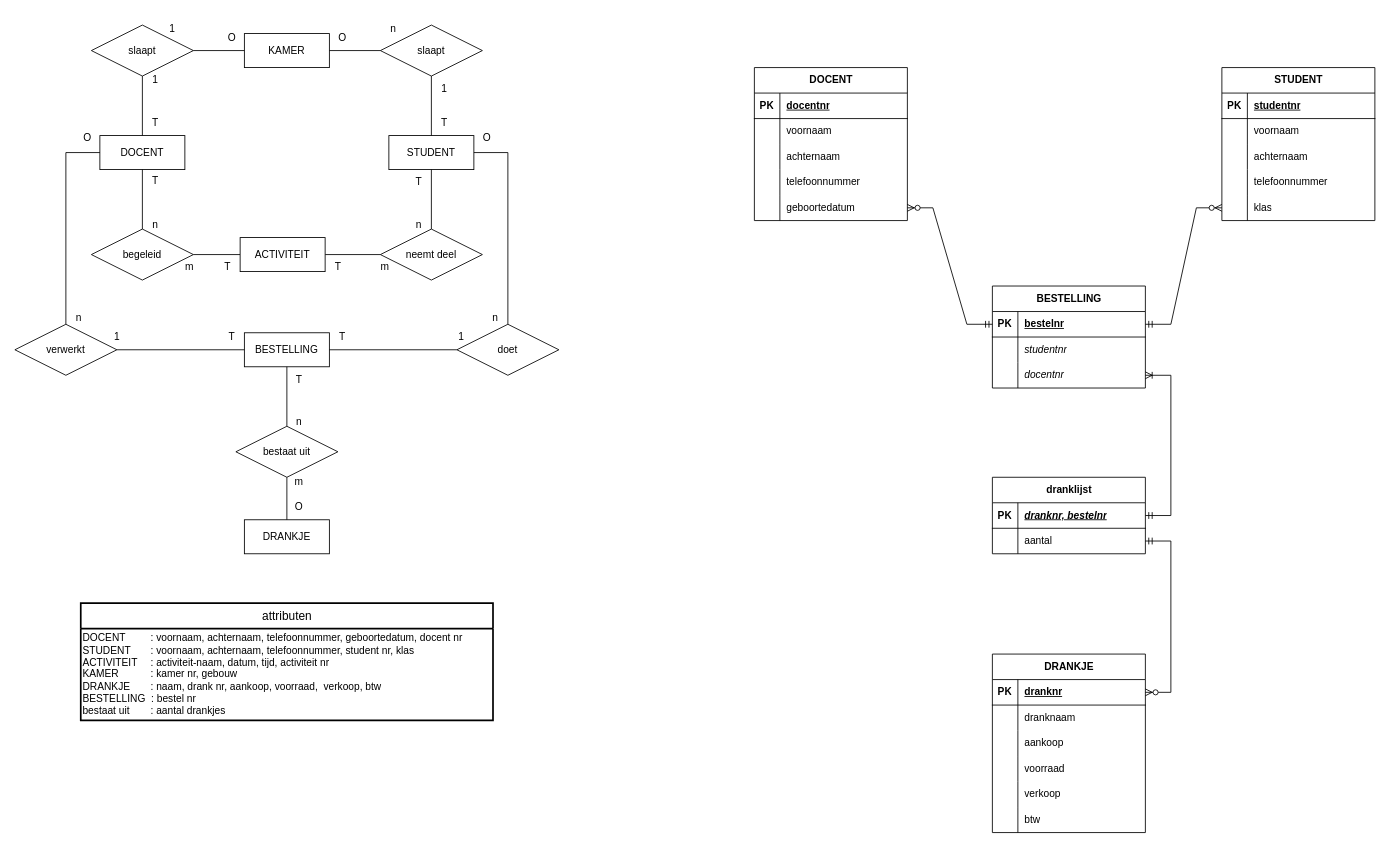
Above: ERD project.drawio in Thomas01v/ProjectDatabases (draw.io), before the change. Source tidied: cells renumbered, new cells numbered last; positions are measured from the earlier drawing's top-left corner, leaving out a move shared by most shapes. Both pictures are drawn from the tidied source at 85%, with x=0, y=0 at pixel (14, 16).
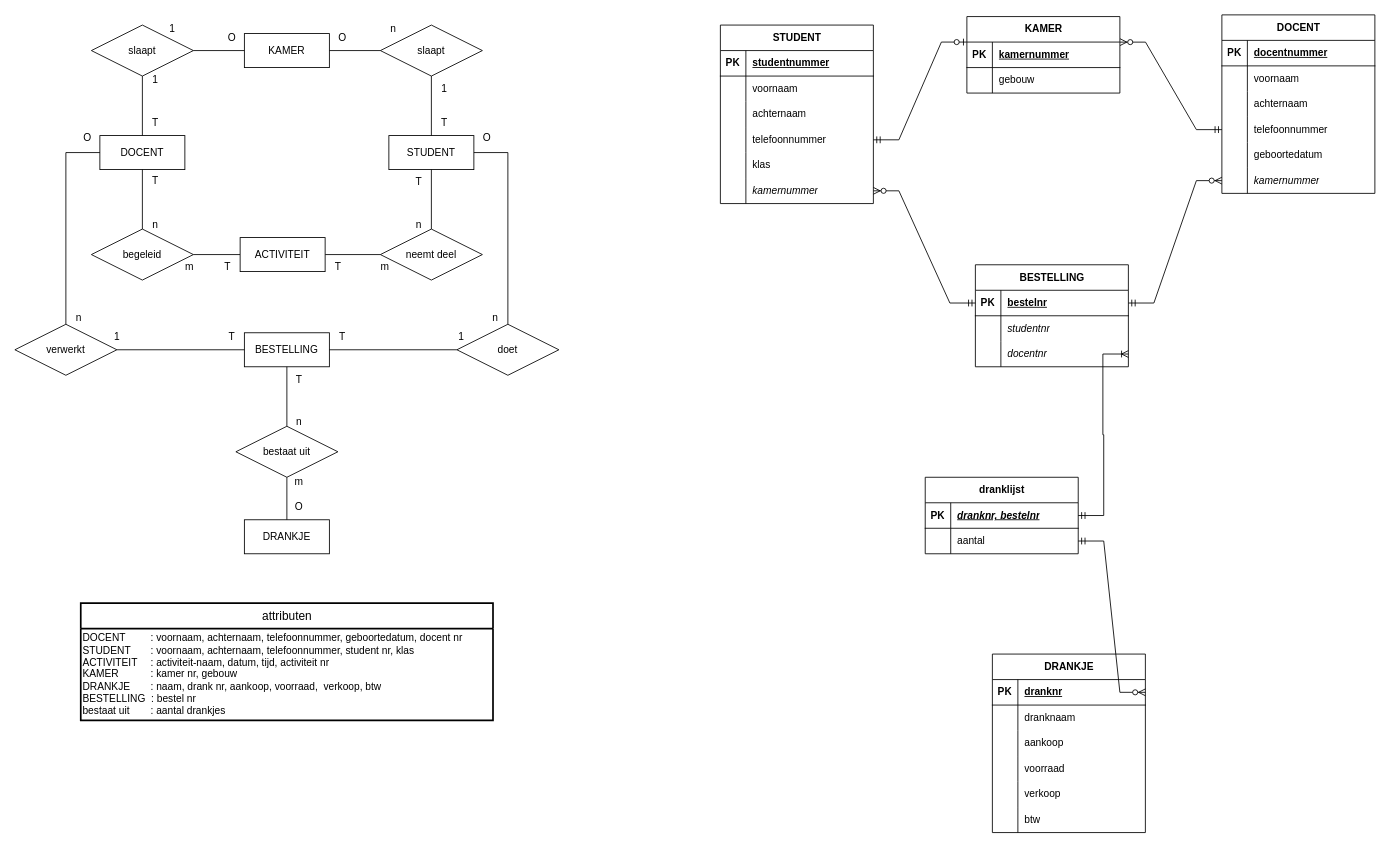
After the change.

Unchanged cells that the change refers to:
```xml
<mxCell id="61" style="shape=tableRow;horizontal=0;startSize=0;swimlaneHead=0;swimlaneBody=0;fillColor=none;points=[[0,0.5],[1,0.5]];portConstraint=eastwest;top=0;left=0;right=0;bottom=1;" parent="60" vertex="1">
  <mxGeometry y="30" width="180" height="30" as="geometry" />
</mxCell>
```

Diff of the diagram source:
```diff
@@
     <mxCell id="60" value="BESTELLING" style="shape=table;startSize=30;childLayout=tableLayout;rowLines=0;fontStyle=1;align=center;html=1;" parent="1" vertex="1">
-      <mxGeometry x="1150" y="317" width="180" height="120" as="geometry" />
+      <mxGeometry x="1130" y="292" width="180" height="120" as="geometry" />
     </mxCell>
@@
     <mxCell id="89" value="dranklijst" style="shape=table;startSize=30;childLayout=tableLayout;rowLines=0;fontStyle=1;align=center;html=1;" parent="1" vertex="1">
-      <mxGeometry x="1150" y="542" width="180" height="90" as="geometry" />
+      <mxGeometry x="1071" y="542" width="180" height="90" as="geometry" />
     </mxCell>
@@
-    <mxCell id="96" value="DOCENT" style="shape=table;startSize=30;childLayout=tableLayout;rowLines=0;fontStyle=1;align=center;html=1;" parent="1" vertex="1">
-      <mxGeometry x="870" y="60" width="180" height="180" as="geometry" />
-    </mxCell>
-    <mxCell id="97" style="shape=tableRow;horizontal=0;startSize=0;swimlaneHead=0;swimlaneBody=0;fillColor=none;top=0;left=0;right=0;bottom=1;" parent="96" vertex="1">
-      <mxGeometry y="30" width="180" height="30" as="geometry" />
-    </mxCell>
-    <mxCell id="98" value="PK" style="shape=partialRectangle;fillColor=none;top=0;left=0;bottom=0;right=0;fontStyle=1;overflow=hidden;whiteSpace=wrap;html=1;" parent="97" vertex="1">
-      <mxGeometry width="30" height="30" as="geometry" />
-    </mxCell>
-    <mxCell id="99" value="docentnr" style="shape=partialRectangle;fillColor=none;top=0;left=0;bottom=0;right=0;align=left;spacingLeft=6;fontStyle=5;overflow=hidden;whiteSpace=wrap;html=1;" parent="97" vertex="1">
-      <mxGeometry x="30" width="150" height="30" as="geometry" />
-    </mxCell>
-    <mxCell id="100" style="shape=tableRow;horizontal=0;startSize=0;swimlaneHead=0;swimlaneBody=0;fillColor=none;top=0;left=0;right=0;bottom=0;" parent="96" vertex="1">
-      <mxGeometry y="60" width="180" height="30" as="geometry" />
-    </mxCell>
-    <mxCell id="101" style="shape=partialRectangle;fillColor=none;top=0;left=0;bottom=0;right=0;overflow=hidden;whiteSpace=wrap;html=1;" parent="100" vertex="1">
-      <mxGeometry width="30" height="30" as="geometry" />
-    </mxCell>
-    <mxCell id="102" value="voornaam" style="shape=partialRectangle;fillColor=none;top=0;left=0;bottom=0;right=0;align=left;spacingLeft=6;overflow=hidden;whiteSpace=wrap;html=1;" parent="100" vertex="1">
-      <mxGeometry x="30" width="150" height="30" as="geometry" />
-    </mxCell>
-    <mxCell id="103" style="shape=tableRow;horizontal=0;startSize=0;swimlaneHead=0;swimlaneBody=0;fillColor=none;top=0;left=0;right=0;bottom=0;" parent="96" vertex="1">
-      <mxGeometry y="90" width="180" height="30" as="geometry" />
-    </mxCell>
-    <mxCell id="104" style="shape=partialRectangle;fillColor=none;top=0;left=0;bottom=0;right=0;overflow=hidden;whiteSpace=wrap;html=1;" parent="103" vertex="1">
-      <mxGeometry width="30" height="30" as="geometry" />
-    </mxCell>
-    <mxCell id="105" value="achternaam" style="shape=partialRectangle;fillColor=none;top=0;left=0;bottom=0;right=0;align=left;spacingLeft=6;overflow=hidden;whiteSpace=wrap;html=1;" parent="103" vertex="1">
-      <mxGeometry x="30" width="150" height="30" as="geometry" />
-    </mxCell>
-    <mxCell id="106" style="shape=tableRow;horizontal=0;startSize=0;swimlaneHead=0;swimlaneBody=0;fillColor=none;top=0;left=0;right=0;bottom=0;" parent="96" vertex="1">
-      <mxGeometry y="120" width="180" height="30" as="geometry" />
-    </mxCell>
-    <mxCell id="107" style="shape=partialRectangle;fillColor=none;top=0;left=0;bottom=0;right=0;overflow=hidden;whiteSpace=wrap;html=1;" parent="106" vertex="1">
-      <mxGeometry width="30" height="30" as="geometry" />
-    </mxCell>
-    <mxCell id="108" value="telefoonnummer" style="shape=partialRectangle;fillColor=none;top=0;left=0;bottom=0;right=0;align=left;spacingLeft=6;overflow=hidden;whiteSpace=wrap;html=1;" parent="106" vertex="1">
-      <mxGeometry x="30" width="150" height="30" as="geometry" />
-    </mxCell>
-    <mxCell id="109" style="shape=tableRow;horizontal=0;startSize=0;swimlaneHead=0;swimlaneBody=0;fillColor=none;points=[[0,0.5],[1,0.5]];portConstraint=eastwest;top=0;left=0;right=0;bottom=0;" parent="96" vertex="1">
-      <mxGeometry y="150" width="180" height="30" as="geometry" />
-    </mxCell>
-    <mxCell id="110" style="shape=partialRectangle;fillColor=none;top=0;left=0;bottom=0;right=0;overflow=hidden;whiteSpace=wrap;html=1;" parent="109" vertex="1">
-      <mxGeometry width="30" height="30" as="geometry" />
-    </mxCell>
-    <mxCell id="111" value="geboortedatum" style="shape=partialRectangle;fillColor=none;top=0;left=0;bottom=0;right=0;align=left;spacingLeft=6;overflow=hidden;whiteSpace=wrap;html=1;" parent="109" vertex="1">
-      <mxGeometry x="30" width="150" height="30" as="geometry" />
-    </mxCell>
-    <mxCell id="112" value="STUDENT" style="shape=table;startSize=30;childLayout=tableLayout;rowLines=0;fontStyle=1;align=center;html=1;" parent="1" vertex="1">
-      <mxGeometry x="1420" y="60" width="180" height="180" as="geometry" />
-    </mxCell>
-    <mxCell id="113" style="shape=tableRow;horizontal=0;startSize=0;swimlaneHead=0;swimlaneBody=0;fillColor=none;top=0;left=0;right=0;bottom=1;" parent="112" vertex="1">
-      <mxGeometry y="30" width="180" height="30" as="geometry" />
-    </mxCell>
-    <mxCell id="114" value="PK" style="shape=partialRectangle;fillColor=none;top=0;left=0;bottom=0;right=0;fontStyle=1;overflow=hidden;whiteSpace=wrap;html=1;" parent="113" vertex="1">
-      <mxGeometry width="30" height="30" as="geometry" />
-    </mxCell>
-    <mxCell id="115" value="studentnr" style="shape=partialRectangle;fillColor=none;top=0;left=0;bottom=0;right=0;align=left;spacingLeft=6;fontStyle=5;overflow=hidden;whiteSpace=wrap;html=1;" parent="113" vertex="1">
-      <mxGeometry x="30" width="150" height="30" as="geometry" />
-    </mxCell>
-    <mxCell id="116" style="shape=tableRow;horizontal=0;startSize=0;swimlaneHead=0;swimlaneBody=0;fillColor=none;top=0;left=0;right=0;bottom=0;" parent="112" vertex="1">
-      <mxGeometry y="60" width="180" height="30" as="geometry" />
-    </mxCell>
-    <mxCell id="117" style="shape=partialRectangle;fillColor=none;top=0;left=0;bottom=0;right=0;overflow=hidden;whiteSpace=wrap;html=1;" parent="116" vertex="1">
-      <mxGeometry width="30" height="30" as="geometry" />
-    </mxCell>
-    <mxCell id="118" value="voornaam" style="shape=partialRectangle;fillColor=none;top=0;left=0;bottom=0;right=0;align=left;spacingLeft=6;overflow=hidden;whiteSpace=wrap;html=1;" parent="116" vertex="1">
-      <mxGeometry x="30" width="150" height="30" as="geometry" />
-    </mxCell>
-    <mxCell id="119" style="shape=tableRow;horizontal=0;startSize=0;swimlaneHead=0;swimlaneBody=0;fillColor=none;top=0;left=0;right=0;bottom=0;" parent="112" vertex="1">
-      <mxGeometry y="90" width="180" height="30" as="geometry" />
-    </mxCell>
-    <mxCell id="120" style="shape=partialRectangle;fillColor=none;top=0;left=0;bottom=0;right=0;overflow=hidden;whiteSpace=wrap;html=1;" parent="119" vertex="1">
-      <mxGeometry width="30" height="30" as="geometry" />
-    </mxCell>
-    <mxCell id="121" value="achternaam" style="shape=partialRectangle;fillColor=none;top=0;left=0;bottom=0;right=0;align=left;spacingLeft=6;overflow=hidden;whiteSpace=wrap;html=1;" parent="119" vertex="1">
-      <mxGeometry x="30" width="150" height="30" as="geometry" />
-    </mxCell>
-    <mxCell id="122" style="shape=tableRow;horizontal=0;startSize=0;swimlaneHead=0;swimlaneBody=0;fillColor=none;top=0;left=0;right=0;bottom=0;" parent="112" vertex="1">
-      <mxGeometry y="120" width="180" height="30" as="geometry" />
-    </mxCell>
-    <mxCell id="123" style="shape=partialRectangle;fillColor=none;top=0;left=0;bottom=0;right=0;overflow=hidden;whiteSpace=wrap;html=1;" parent="122" vertex="1">
-      <mxGeometry width="30" height="30" as="geometry" />
-    </mxCell>
-    <mxCell id="124" value="telefoonnummer" style="shape=partialRectangle;fillColor=none;top=0;left=0;bottom=0;right=0;align=left;spacingLeft=6;overflow=hidden;whiteSpace=wrap;html=1;" parent="122" vertex="1">
-      <mxGeometry x="30" width="150" height="30" as="geometry" />
-    </mxCell>
-    <mxCell id="125" style="shape=tableRow;horizontal=0;startSize=0;swimlaneHead=0;swimlaneBody=0;fillColor=none;points=[[0,0.5],[1,0.5]];portConstraint=eastwest;top=0;left=0;right=0;bottom=0;" parent="112" vertex="1">
-      <mxGeometry y="150" width="180" height="30" as="geometry" />
-    </mxCell>
-    <mxCell id="126" style="shape=partialRectangle;fillColor=none;top=0;left=0;bottom=0;right=0;overflow=hidden;whiteSpace=wrap;html=1;" parent="125" vertex="1">
-      <mxGeometry width="30" height="30" as="geometry" />
-    </mxCell>
-    <mxCell id="127" value="klas" style="shape=partialRectangle;fillColor=none;top=0;left=0;bottom=0;right=0;align=left;spacingLeft=6;overflow=hidden;whiteSpace=wrap;html=1;" parent="125" vertex="1">
-      <mxGeometry x="30" width="150" height="30" as="geometry" />
-    </mxCell>
-    <mxCell id="128" style="edgeStyle=entityRelationEdgeStyle;fontSize=12;html=1;endArrow=ERzeroToMany;startArrow=ERmandOne;rounded=0;exitX=0;exitY=0.5;exitDx=0;exitDy=0;" parent="1" edge="1" source="61" target="109">
+    <mxCell id="128" style="edgeStyle=entityRelationEdgeStyle;fontSize=12;html=1;endArrow=ERzeroToMany;startArrow=ERmandOne;rounded=0;exitX=0;exitY=0.5;exitDx=0;exitDy=0;entryX=1;entryY=0.5;entryDx=0;entryDy=0;" parent="1" edge="1" source="61" target="146">
       <mxGeometry relative="1" as="geometry" />
     </mxCell>
-    <mxCell id="129" style="edgeStyle=entityRelationEdgeStyle;fontSize=12;html=1;endArrow=ERzeroToMany;startArrow=ERmandOne;rounded=0;entryX=0;entryY=0.5;entryDx=0;entryDy=0;exitX=1;exitY=0.5;exitDx=0;exitDy=0;" parent="1" edge="1" source="61" target="125">
+    <mxCell id="129" style="edgeStyle=entityRelationEdgeStyle;fontSize=12;html=1;endArrow=ERzeroToMany;startArrow=ERmandOne;rounded=0;entryX=0;entryY=0.5;entryDx=0;entryDy=0;exitX=1;exitY=0.5;exitDx=0;exitDy=0;" parent="1" edge="1" source="61" target="170">
       <mxGeometry relative="1" as="geometry" />
     </mxCell>
@@
+    <mxCell id="112" value="STUDENT" style="shape=table;startSize=30;childLayout=tableLayout;rowLines=0;fontStyle=1;align=center;html=1;" parent="1" vertex="1">
+      <mxGeometry x="830" y="10" width="180" height="210" as="geometry" />
+    </mxCell>
+    <mxCell id="132" style="shape=tableRow;horizontal=0;startSize=0;swimlaneHead=0;swimlaneBody=0;fillColor=none;top=0;left=0;right=0;bottom=1;" parent="112" vertex="1">
+      <mxGeometry y="30" width="180" height="30" as="geometry" />
+    </mxCell>
+    <mxCell id="133" value="PK" style="shape=partialRectangle;fillColor=none;top=0;left=0;bottom=0;right=0;fontStyle=1;overflow=hidden;whiteSpace=wrap;html=1;" parent="132" vertex="1">
+      <mxGeometry width="30" height="30" as="geometry" />
+    </mxCell>
+    <mxCell id="134" value="studentnummer" style="shape=partialRectangle;fillColor=none;top=0;left=0;bottom=0;right=0;align=left;spacingLeft=6;fontStyle=5;overflow=hidden;whiteSpace=wrap;html=1;" parent="132" vertex="1">
+      <mxGeometry x="30" width="150" height="30" as="geometry" />
+    </mxCell>
+    <mxCell id="135" style="shape=tableRow;horizontal=0;startSize=0;swimlaneHead=0;swimlaneBody=0;fillColor=none;top=0;left=0;right=0;bottom=0;" parent="112" vertex="1">
+      <mxGeometry y="60" width="180" height="30" as="geometry" />
+    </mxCell>
+    <mxCell id="136" style="shape=partialRectangle;fillColor=none;top=0;left=0;bottom=0;right=0;overflow=hidden;whiteSpace=wrap;html=1;" parent="135" vertex="1">
+      <mxGeometry width="30" height="30" as="geometry" />
+    </mxCell>
+    <mxCell id="137" value="voornaam" style="shape=partialRectangle;fillColor=none;top=0;left=0;bottom=0;right=0;align=left;spacingLeft=6;overflow=hidden;whiteSpace=wrap;html=1;" parent="135" vertex="1">
+      <mxGeometry x="30" width="150" height="30" as="geometry" />
+    </mxCell>
+    <mxCell id="138" style="shape=tableRow;horizontal=0;startSize=0;swimlaneHead=0;swimlaneBody=0;fillColor=none;top=0;left=0;right=0;bottom=0;" parent="112" vertex="1">
+      <mxGeometry y="90" width="180" height="30" as="geometry" />
+    </mxCell>
+    <mxCell id="139" style="shape=partialRectangle;fillColor=none;top=0;left=0;bottom=0;right=0;overflow=hidden;whiteSpace=wrap;html=1;" parent="138" vertex="1">
+      <mxGeometry width="30" height="30" as="geometry" />
+    </mxCell>
+    <mxCell id="140" value="achternaam" style="shape=partialRectangle;fillColor=none;top=0;left=0;bottom=0;right=0;align=left;spacingLeft=6;overflow=hidden;whiteSpace=wrap;html=1;" parent="138" vertex="1">
+      <mxGeometry x="30" width="150" height="30" as="geometry" />
+    </mxCell>
+    <mxCell id="141" style="shape=tableRow;horizontal=0;startSize=0;swimlaneHead=0;swimlaneBody=0;fillColor=none;points=[[0,0.5],[1,0.5]];portConstraint=eastwest;top=0;left=0;right=0;bottom=0;" parent="112" vertex="1">
+      <mxGeometry y="120" width="180" height="30" as="geometry" />
+    </mxCell>
+    <mxCell id="142" style="shape=partialRectangle;fillColor=none;top=0;left=0;bottom=0;right=0;overflow=hidden;whiteSpace=wrap;html=1;" parent="141" vertex="1">
+      <mxGeometry width="30" height="30" as="geometry" />
+    </mxCell>
+    <mxCell id="143" value="telefoonnummer" style="shape=partialRectangle;fillColor=none;top=0;left=0;bottom=0;right=0;align=left;spacingLeft=6;overflow=hidden;whiteSpace=wrap;html=1;" parent="141" vertex="1">
+      <mxGeometry x="30" width="150" height="30" as="geometry" />
+    </mxCell>
+    <mxCell id="144" style="shape=tableRow;horizontal=0;startSize=0;swimlaneHead=0;swimlaneBody=0;fillColor=none;top=0;left=0;right=0;bottom=0;" parent="112" vertex="1">
+      <mxGeometry y="150" width="180" height="30" as="geometry" />
+    </mxCell>
+    <mxCell id="145" style="shape=partialRectangle;fillColor=none;top=0;left=0;bottom=0;right=0;overflow=hidden;whiteSpace=wrap;html=1;" parent="144" vertex="1">
+      <mxGeometry width="30" height="30" as="geometry" />
+    </mxCell>
+    <mxCell id="127" value="klas" style="shape=partialRectangle;fillColor=none;top=0;left=0;bottom=0;right=0;align=left;spacingLeft=6;overflow=hidden;whiteSpace=wrap;html=1;" parent="144" vertex="1">
+      <mxGeometry x="30" width="150" height="30" as="geometry" />
+    </mxCell>
+    <mxCell id="146" style="shape=tableRow;horizontal=0;startSize=0;swimlaneHead=0;swimlaneBody=0;fillColor=none;points=[[0,0.5],[1,0.5]];portConstraint=eastwest;top=0;left=0;right=0;bottom=0;" parent="112" vertex="1">
+      <mxGeometry y="180" width="180" height="30" as="geometry" />
+    </mxCell>
+    <mxCell id="147" style="shape=partialRectangle;fillColor=none;top=0;left=0;bottom=0;right=0;overflow=hidden;whiteSpace=wrap;html=1;" parent="146" vertex="1">
+      <mxGeometry width="30" height="30" as="geometry" />
+    </mxCell>
+    <mxCell id="148" value="&lt;i&gt;kamernummer&lt;/i&gt;" style="shape=partialRectangle;fillColor=none;top=0;left=0;bottom=0;right=0;align=left;spacingLeft=6;overflow=hidden;whiteSpace=wrap;html=1;" parent="146" vertex="1">
+      <mxGeometry x="30" width="150" height="30" as="geometry" />
+    </mxCell>
+    <mxCell id="149" value="KAMER" style="shape=table;startSize=30;childLayout=tableLayout;rowLines=0;fontStyle=1;align=center;html=1;" parent="1" vertex="1">
+      <mxGeometry x="1120" width="180" height="90" as="geometry" />
+    </mxCell>
+    <mxCell id="150" style="shape=tableRow;horizontal=0;startSize=0;swimlaneHead=0;swimlaneBody=0;fillColor=none;points=[[0,0.5],[1,0.5]];portConstraint=eastwest;top=0;left=0;right=0;bottom=1;" parent="149" vertex="1">
+      <mxGeometry y="30" width="180" height="30" as="geometry" />
+    </mxCell>
+    <mxCell id="151" value="PK" style="shape=partialRectangle;fillColor=none;top=0;left=0;bottom=0;right=0;fontStyle=1;overflow=hidden;whiteSpace=wrap;html=1;" parent="150" vertex="1">
+      <mxGeometry width="30" height="30" as="geometry" />
+    </mxCell>
+    <mxCell id="152" value="kamernummer" style="shape=partialRectangle;fillColor=none;top=0;left=0;bottom=0;right=0;align=left;spacingLeft=6;fontStyle=5;overflow=hidden;whiteSpace=wrap;html=1;" parent="150" vertex="1">
+      <mxGeometry x="30" width="150" height="30" as="geometry" />
+    </mxCell>
+    <mxCell id="153" style="shape=tableRow;horizontal=0;startSize=0;swimlaneHead=0;swimlaneBody=0;fillColor=none;top=0;left=0;right=0;bottom=0;" parent="149" vertex="1">
+      <mxGeometry y="60" width="180" height="30" as="geometry" />
+    </mxCell>
+    <mxCell id="154" style="shape=partialRectangle;fillColor=none;top=0;left=0;bottom=0;right=0;overflow=hidden;whiteSpace=wrap;html=1;" parent="153" vertex="1">
+      <mxGeometry width="30" height="30" as="geometry" />
+    </mxCell>
+    <mxCell id="155" value="gebouw" style="shape=partialRectangle;fillColor=none;top=0;left=0;bottom=0;right=0;align=left;spacingLeft=6;overflow=hidden;whiteSpace=wrap;html=1;" parent="153" vertex="1">
+      <mxGeometry x="30" width="150" height="30" as="geometry" />
+    </mxCell>
+    <mxCell id="96" value="DOCENT" style="shape=table;startSize=30;childLayout=tableLayout;rowLines=0;fontStyle=1;align=center;html=1;" parent="1" vertex="1">
+      <mxGeometry x="1420" y="-2" width="180" height="210" as="geometry" />
+    </mxCell>
+    <mxCell id="156" style="shape=tableRow;horizontal=0;startSize=0;swimlaneHead=0;swimlaneBody=0;fillColor=none;top=0;left=0;right=0;bottom=1;" parent="96" vertex="1">
+      <mxGeometry y="30" width="180" height="30" as="geometry" />
+    </mxCell>
+    <mxCell id="157" value="PK" style="shape=partialRectangle;fillColor=none;top=0;left=0;bottom=0;right=0;fontStyle=1;overflow=hidden;whiteSpace=wrap;html=1;" parent="156" vertex="1">
+      <mxGeometry width="30" height="30" as="geometry" />
+    </mxCell>
+    <mxCell id="158" value="docentnummer" style="shape=partialRectangle;fillColor=none;top=0;left=0;bottom=0;right=0;align=left;spacingLeft=6;fontStyle=5;overflow=hidden;whiteSpace=wrap;html=1;" parent="156" vertex="1">
+      <mxGeometry x="30" width="150" height="30" as="geometry" />
+    </mxCell>
+    <mxCell id="159" style="shape=tableRow;horizontal=0;startSize=0;swimlaneHead=0;swimlaneBody=0;fillColor=none;top=0;left=0;right=0;bottom=0;" parent="96" vertex="1">
+      <mxGeometry y="60" width="180" height="30" as="geometry" />
+    </mxCell>
+    <mxCell id="160" style="shape=partialRectangle;fillColor=none;top=0;left=0;bottom=0;right=0;overflow=hidden;whiteSpace=wrap;html=1;" parent="159" vertex="1">
+      <mxGeometry width="30" height="30" as="geometry" />
+    </mxCell>
+    <mxCell id="161" value="voornaam" style="shape=partialRectangle;fillColor=none;top=0;left=0;bottom=0;right=0;align=left;spacingLeft=6;overflow=hidden;whiteSpace=wrap;html=1;" parent="159" vertex="1">
+      <mxGeometry x="30" width="150" height="30" as="geometry" />
+    </mxCell>
+    <mxCell id="162" style="shape=tableRow;horizontal=0;startSize=0;swimlaneHead=0;swimlaneBody=0;fillColor=none;top=0;left=0;right=0;bottom=0;" parent="96" vertex="1">
+      <mxGeometry y="90" width="180" height="30" as="geometry" />
+    </mxCell>
+    <mxCell id="163" style="shape=partialRectangle;fillColor=none;top=0;left=0;bottom=0;right=0;overflow=hidden;whiteSpace=wrap;html=1;" parent="162" vertex="1">
+      <mxGeometry width="30" height="30" as="geometry" />
+    </mxCell>
+    <mxCell id="164" value="achternaam" style="shape=partialRectangle;fillColor=none;top=0;left=0;bottom=0;right=0;align=left;spacingLeft=6;overflow=hidden;whiteSpace=wrap;html=1;" parent="162" vertex="1">
+      <mxGeometry x="30" width="150" height="30" as="geometry" />
+    </mxCell>
+    <mxCell id="165" style="shape=tableRow;horizontal=0;startSize=0;swimlaneHead=0;swimlaneBody=0;fillColor=none;points=[[0,0.5],[1,0.5]];portConstraint=eastwest;top=0;left=0;right=0;bottom=0;" parent="96" vertex="1">
+      <mxGeometry y="120" width="180" height="30" as="geometry" />
+    </mxCell>
+    <mxCell id="166" style="shape=partialRectangle;fillColor=none;top=0;left=0;bottom=0;right=0;overflow=hidden;whiteSpace=wrap;html=1;" parent="165" vertex="1">
+      <mxGeometry width="30" height="30" as="geometry" />
+    </mxCell>
+    <mxCell id="167" value="telefoonnummer" style="shape=partialRectangle;fillColor=none;top=0;left=0;bottom=0;right=0;align=left;spacingLeft=6;overflow=hidden;whiteSpace=wrap;html=1;" parent="165" vertex="1">
+      <mxGeometry x="30" width="150" height="30" as="geometry" />
+    </mxCell>
+    <mxCell id="168" style="shape=tableRow;horizontal=0;startSize=0;swimlaneHead=0;swimlaneBody=0;fillColor=none;top=0;left=0;right=0;bottom=0;" parent="96" vertex="1">
+      <mxGeometry y="150" width="180" height="30" as="geometry" />
+    </mxCell>
+    <mxCell id="169" style="shape=partialRectangle;fillColor=none;top=0;left=0;bottom=0;right=0;overflow=hidden;whiteSpace=wrap;html=1;" parent="168" vertex="1">
+      <mxGeometry width="30" height="30" as="geometry" />
+    </mxCell>
+    <mxCell id="111" value="geboortedatum" style="shape=partialRectangle;fillColor=none;top=0;left=0;bottom=0;right=0;align=left;spacingLeft=6;overflow=hidden;whiteSpace=wrap;html=1;" parent="168" vertex="1">
+      <mxGeometry x="30" width="150" height="30" as="geometry" />
+    </mxCell>
+    <mxCell id="170" style="shape=tableRow;horizontal=0;startSize=0;swimlaneHead=0;swimlaneBody=0;fillColor=none;points=[[0,0.5],[1,0.5]];portConstraint=eastwest;top=0;left=0;right=0;bottom=0;" parent="96" vertex="1">
+      <mxGeometry y="180" width="180" height="30" as="geometry" />
+    </mxCell>
+    <mxCell id="171" style="shape=partialRectangle;fillColor=none;top=0;left=0;bottom=0;right=0;overflow=hidden;whiteSpace=wrap;html=1;" parent="170" vertex="1">
+      <mxGeometry width="30" height="30" as="geometry" />
+    </mxCell>
+    <mxCell id="172" value="&lt;i&gt;kamernummer&lt;/i&gt;" style="shape=partialRectangle;fillColor=none;top=0;left=0;bottom=0;right=0;align=left;spacingLeft=6;overflow=hidden;whiteSpace=wrap;html=1;" parent="170" vertex="1">
+      <mxGeometry x="30" width="150" height="30" as="geometry" />
+    </mxCell>
+    <mxCell id="173" style="edgeStyle=entityRelationEdgeStyle;fontSize=12;html=1;endArrow=ERzeroToOne;startArrow=ERmandOne;rounded=0;exitX=1;exitY=0.5;exitDx=0;exitDy=0;" parent="1" edge="1" source="141">
+      <mxGeometry relative="1" as="geometry">
+        <mxPoint x="1120" y="30" as="targetPoint" />
+      </mxGeometry>
+    </mxCell>
+    <mxCell id="174" style="edgeStyle=entityRelationEdgeStyle;fontSize=12;html=1;endArrow=ERzeroToMany;startArrow=ERmandOne;rounded=0;entryX=1.001;entryY=0.002;entryDx=0;entryDy=0;entryPerimeter=0;exitX=0;exitY=0.5;exitDx=0;exitDy=0;" parent="1" edge="1" source="165" target="150">
+      <mxGeometry relative="1" as="geometry" />
+    </mxCell>
```
